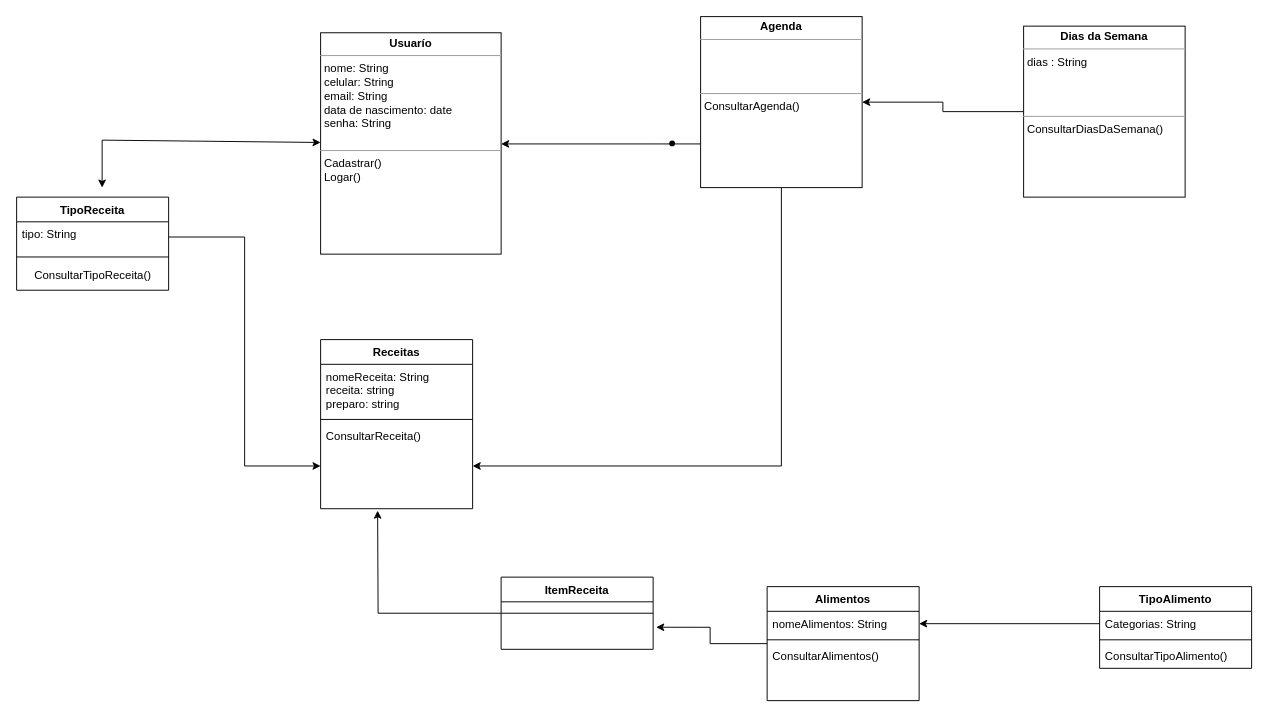
FelipeRoriz0/MakeYourdiet keeps this draw.io diagram as Documentacao/Diagrama de Classe/Diagrama de Classes.drawio. Above is the earlier version. Source tidied: cells renumbered, new cells numbered last; positions are measured from the earlier drawing's top-left corner, leaving out a move shared by most shapes. Both pictures are drawn from the tidied source at 95%, with x=0, y=0 at pixel (16, 16).
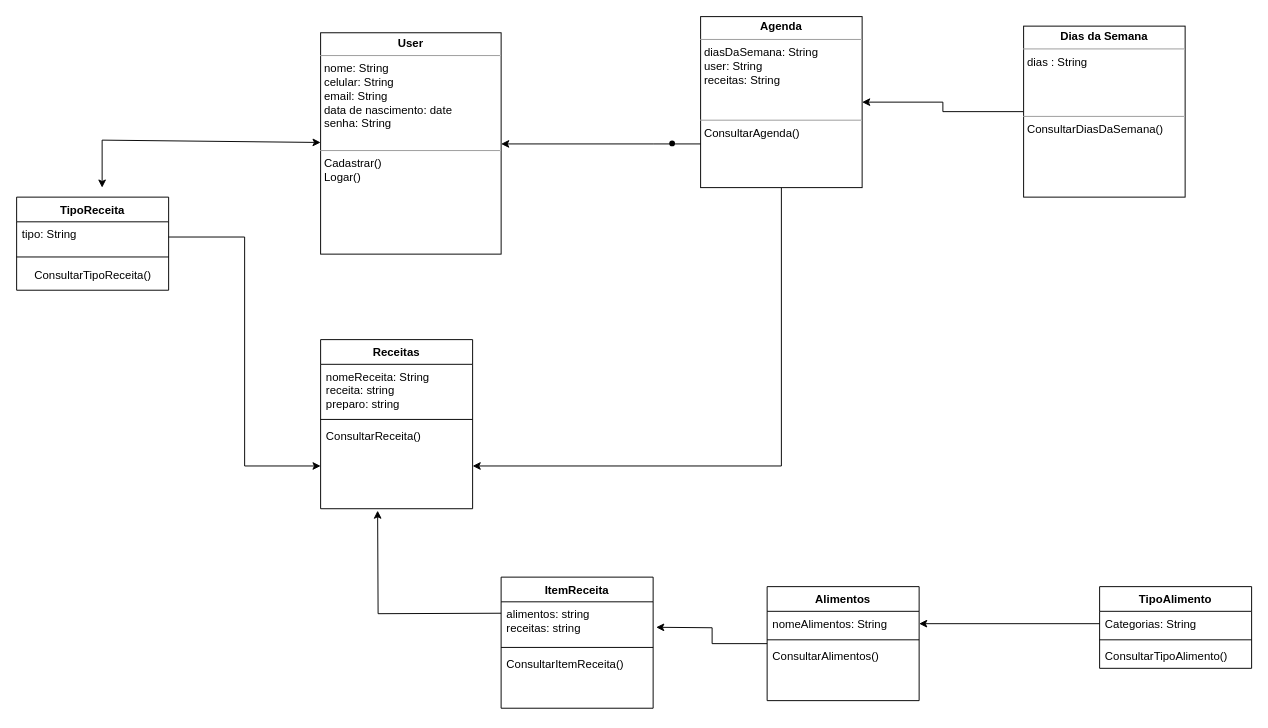
After the change.

The change refers to these unchanged cells:
```xml
<mxCell id="22" value="Alimentos" style="swimlane;fontStyle=1;align=center;verticalAlign=top;horizontal=1;startSize=26;" parent="1" vertex="1">
  <mxGeometry x="790" y="600" width="160" height="120" as="geometry" />
</mxCell>
```

The edit, as a diff of the source:
```diff
@@
-    <mxCell id="2" value="&lt;p style=&quot;margin:0px;margin-top:4px;text-align:center;&quot;&gt;&lt;b&gt;Usuarío&lt;/b&gt;&lt;/p&gt;&lt;hr size=&quot;1&quot;&gt;&lt;p style=&quot;margin:0px;margin-left:4px;&quot;&gt;nome: String&lt;/p&gt;&lt;p style=&quot;margin:0px;margin-left:4px;&quot;&gt;celular: String&lt;/p&gt;&lt;p style=&quot;margin:0px;margin-left:4px;&quot;&gt;email: String&lt;/p&gt;&lt;p style=&quot;margin:0px;margin-left:4px;&quot;&gt;data de nascimento: date&lt;/p&gt;&lt;p style=&quot;margin:0px;margin-left:4px;&quot;&gt;senha: String&lt;/p&gt;&lt;p style=&quot;margin:0px;margin-left:4px;&quot;&gt;&lt;br&gt;&lt;/p&gt;&lt;hr size=&quot;1&quot;&gt;&lt;p style=&quot;margin:0px;margin-left:4px;&quot;&gt;Cadastrar()&lt;/p&gt;&lt;p style=&quot;margin:0px;margin-left:4px;&quot;&gt;Logar()&lt;/p&gt;&lt;p style=&quot;margin:0px;margin-left:4px;&quot;&gt;&lt;br&gt;&lt;/p&gt;&lt;p style=&quot;margin:0px;margin-left:4px;&quot;&gt;&lt;br&gt;&lt;/p&gt;" style="verticalAlign=top;align=left;overflow=fill;fontSize=12;fontFamily=Helvetica;html=1;rounded=0;shadow=0;comic=0;labelBackgroundColor=none;strokeWidth=1;" parent="1" vertex="1">
+    <mxCell id="2" value="&lt;p style=&quot;margin:0px;margin-top:4px;text-align:center;&quot;&gt;&lt;b&gt;User&lt;/b&gt;&lt;/p&gt;&lt;hr size=&quot;1&quot;&gt;&lt;p style=&quot;margin:0px;margin-left:4px;&quot;&gt;nome: String&lt;/p&gt;&lt;p style=&quot;margin:0px;margin-left:4px;&quot;&gt;celular: String&lt;/p&gt;&lt;p style=&quot;margin:0px;margin-left:4px;&quot;&gt;email: String&lt;/p&gt;&lt;p style=&quot;margin:0px;margin-left:4px;&quot;&gt;data de nascimento: date&lt;/p&gt;&lt;p style=&quot;margin:0px;margin-left:4px;&quot;&gt;senha: String&lt;/p&gt;&lt;p style=&quot;margin:0px;margin-left:4px;&quot;&gt;&lt;br&gt;&lt;/p&gt;&lt;hr size=&quot;1&quot;&gt;&lt;p style=&quot;margin:0px;margin-left:4px;&quot;&gt;Cadastrar()&lt;/p&gt;&lt;p style=&quot;margin:0px;margin-left:4px;&quot;&gt;Logar()&lt;/p&gt;&lt;p style=&quot;margin:0px;margin-left:4px;&quot;&gt;&lt;br&gt;&lt;/p&gt;&lt;p style=&quot;margin:0px;margin-left:4px;&quot;&gt;&lt;br&gt;&lt;/p&gt;" style="verticalAlign=top;align=left;overflow=fill;fontSize=12;fontFamily=Helvetica;html=1;rounded=0;shadow=0;comic=0;labelBackgroundColor=none;strokeWidth=1;" parent="1" vertex="1">
       <mxGeometry x="320" y="17" width="190" height="233" as="geometry" />
     </mxCell>
@@
-    <mxCell id="4" value="&lt;p style=&quot;margin:0px;margin-top:4px;text-align:center;&quot;&gt;&lt;b&gt;Agenda&lt;/b&gt;&lt;/p&gt;&lt;hr size=&quot;1&quot;&gt;&lt;p style=&quot;margin:0px;margin-left:4px;&quot;&gt;&lt;br&gt;&lt;/p&gt;&lt;p style=&quot;margin:0px;margin-left:4px;&quot;&gt;&lt;br&gt;&lt;/p&gt;&lt;p style=&quot;margin:0px;margin-left:4px;&quot;&gt;&lt;br&gt;&lt;/p&gt;&lt;hr size=&quot;1&quot;&gt;&lt;p style=&quot;margin:0px;margin-left:4px;&quot;&gt;ConsultarAgenda()&lt;/p&gt;&lt;p style=&quot;margin:0px;margin-left:4px;&quot;&gt;&lt;br&gt;&lt;/p&gt;" style="verticalAlign=top;align=left;overflow=fill;fontSize=12;fontFamily=Helvetica;html=1;rounded=0;shadow=0;comic=0;labelBackgroundColor=none;strokeWidth=1;" parent="1" vertex="1">
+    <mxCell id="4" value="&lt;p style=&quot;margin:0px;margin-top:4px;text-align:center;&quot;&gt;&lt;b&gt;Agenda&lt;/b&gt;&lt;/p&gt;&lt;hr size=&quot;1&quot;&gt;&lt;p style=&quot;margin:0px;margin-left:4px;&quot;&gt;diasDaSemana: String&lt;/p&gt;&lt;p style=&quot;margin:0px;margin-left:4px;&quot;&gt;user: String&lt;/p&gt;&lt;p style=&quot;margin:0px;margin-left:4px;&quot;&gt;receitas: String&lt;/p&gt;&lt;p style=&quot;margin:0px;margin-left:4px;&quot;&gt;&lt;br&gt;&lt;/p&gt;&lt;p style=&quot;margin:0px;margin-left:4px;&quot;&gt;&lt;br&gt;&lt;/p&gt;&lt;hr size=&quot;1&quot;&gt;&lt;p style=&quot;margin:0px;margin-left:4px;&quot;&gt;ConsultarAgenda()&lt;/p&gt;&lt;p style=&quot;margin:0px;margin-left:4px;&quot;&gt;&lt;br&gt;&lt;/p&gt;" style="verticalAlign=top;align=left;overflow=fill;fontSize=12;fontFamily=Helvetica;html=1;rounded=0;shadow=0;comic=0;labelBackgroundColor=none;strokeWidth=1;" parent="1" vertex="1">
       <mxGeometry x="720" width="170" height="180" as="geometry" />
     </mxCell>
@@
-    <mxCell id="17" style="edgeStyle=orthogonalEdgeStyle;rounded=0;jettySize=auto;html=1;" parent="1" edge="1" source="18">
+    <mxCell id="17" style="edgeStyle=orthogonalEdgeStyle;rounded=0;orthogonalLoop=1;jettySize=auto;html=1;" parent="1" edge="1">
       <mxGeometry relative="1" as="geometry">
+        <mxPoint x="510" y="628" as="sourcePoint" />
         <mxPoint x="380" y="520" as="targetPoint" />
       </mxGeometry>
     </mxCell>
-    <mxCell id="18" value="ItemReceita" style="swimlane;fontStyle=1;align=center;verticalAlign=top;horizontal=1;startSize=26;" parent="1" vertex="1">
-      <mxGeometry x="510" y="590" width="160" height="76" as="geometry" />
-    </mxCell>
-    <mxCell id="19" style="line;strokeWidth=1;fillColor=none;align=left;verticalAlign=middle;spacingTop=-1;spacingLeft=3;spacingRight=3;labelPosition=right;strokeColor=inherit;" parent="18" vertex="1">
-      <mxGeometry y="26" width="160" height="24" as="geometry" />
-    </mxCell>
-    <mxCell id="20" value=" " style="text;strokeColor=none;fillColor=none;align=left;verticalAlign=top;spacingLeft=4;spacingRight=4;overflow=hidden;points=[[0,0.5],[1,0.5]];portConstraint=eastwest;" parent="18" vertex="1">
-      <mxGeometry y="50" width="160" height="26" as="geometry" />
-    </mxCell>
-    <mxCell id="21" style="edgeStyle=orthogonalEdgeStyle;rounded=0;jettySize=auto;html=1;entryX=1.02;entryY=0.106;entryDx=0;entryDy=0;entryPerimeter=0;" parent="1" edge="1" source="22" target="20">
-      <mxGeometry relative="1" as="geometry" />
+    <mxCell id="21" style="edgeStyle=orthogonalEdgeStyle;rounded=0;jettySize=auto;html=1;entryX=1.02;entryY=0.106;entryDx=0;entryDy=0;entryPerimeter=0;" parent="1" edge="1" source="22">
+      <mxGeometry relative="1" as="geometry">
+        <mxPoint x="673.2" y="642.8" as="targetPoint" />
+      </mxGeometry>
     </mxCell>
@@
+    <mxCell id="18" value="ItemReceita" style="swimlane;fontStyle=1;align=center;verticalAlign=top;horizontal=1;startSize=26;" parent="1" vertex="1">
+      <mxGeometry x="510" y="590" width="160" height="138" as="geometry" />
+    </mxCell>
+    <mxCell id="33" value="alimentos: string&#10;receitas: string" style="text;strokeColor=none;fillColor=none;align=left;verticalAlign=top;spacingLeft=4;spacingRight=4;overflow=hidden;" parent="18" vertex="1">
+      <mxGeometry y="26" width="160" height="44" as="geometry" />
+    </mxCell>
+    <mxCell id="34" style="line;strokeWidth=1;fillColor=none;align=left;verticalAlign=middle;spacingTop=-1;spacingLeft=3;spacingRight=3;labelPosition=right;strokeColor=inherit;" parent="18" vertex="1">
+      <mxGeometry y="70" width="160" height="8" as="geometry" />
+    </mxCell>
+    <mxCell id="35" value="ConsultarItemReceita()" style="text;strokeColor=none;fillColor=none;align=left;verticalAlign=top;spacingLeft=4;spacingRight=4;overflow=hidden;" parent="18" vertex="1">
+      <mxGeometry y="78" width="160" height="60" as="geometry" />
+    </mxCell>
```
